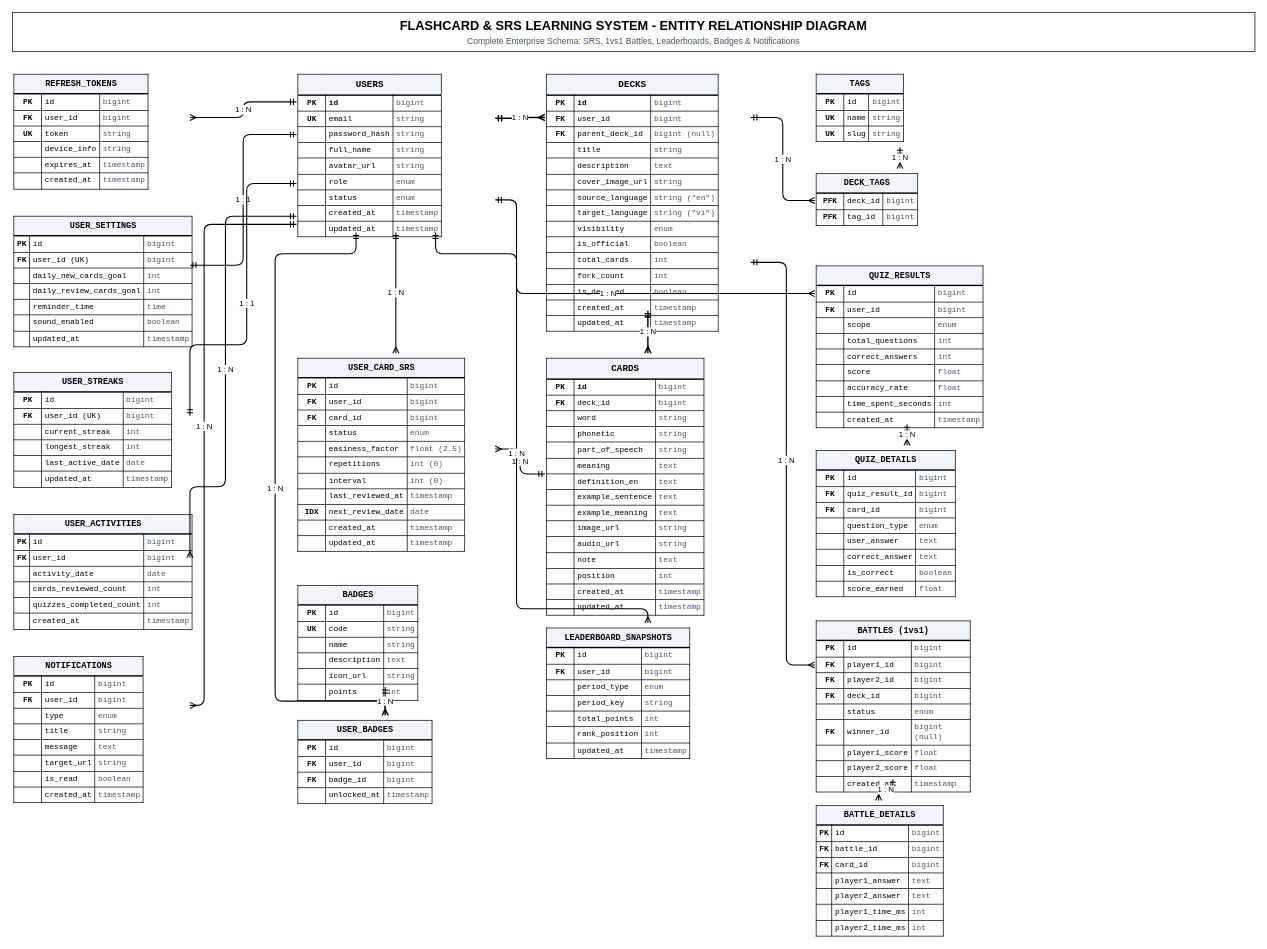
Earlier version of the draw.io diagram docs/erd.drawio (Kobi466/fsoft-project). Source tidied: cells renumbered, new cells numbered last; positions are measured from the earlier drawing's top-left corner, leaving out a move shared by most shapes. Both pictures are drawn from the tidied source at 71%, with x=0, y=0 at pixel (12, 12).
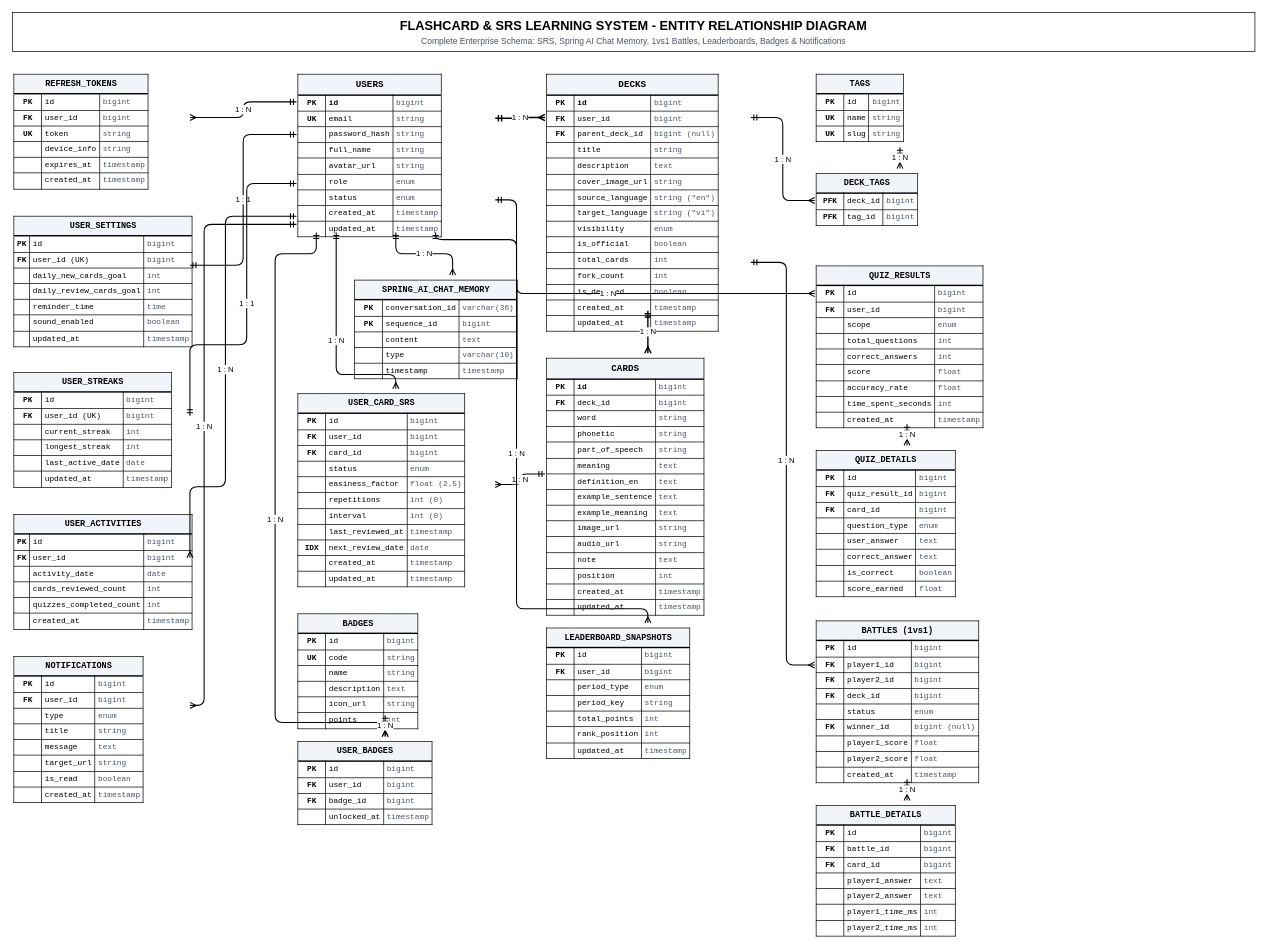
After the change.

Commit message (it also covers changes not shown here):
refactor: improve permission and role services, update security configuration, and enhance ERD documentation

The change refers to these unchanged cells:
```xml
<mxCell id="8" value="&lt;table border=&quot;1&quot; width=&quot;100%&quot; cellpadding=&quot;4&quot; cellspacing=&quot;0&quot; style=&quot;border-collapse:collapse;font-family:Consolas, Monaco, sans-serif;font-size:11px;background-color:#ffffff;color:#000000;border-color:#000000;&quot;&gt;&lt;tr style=&quot;background-color:#f1f5f9;color:#000000;font-weight:bold;text-align:center;&quot;&gt;&lt;td colspan=&quot;3&quot; style=&quot;padding:6px;font-size:13px;border-bottom:2px solid #000000;&quot;&gt;USERS&lt;/td&gt;&lt;/tr&gt;&lt;tr&gt;&lt;td style=&quot;font-weight:bold;width:30px;text-align:center;&quot;&gt;PK&lt;/td&gt;&lt;td&gt;&lt;b&gt;id&lt;/b&gt;&lt;/td&gt;&lt;td style=&quot;color:#475569;&quot;&gt;bigint&lt;/td&gt;&lt;/tr&gt;&lt;tr&gt;&lt;td style=&quot;font-weight:bold;text-align:center;&quot;&gt;UK&lt;/td&gt;&lt;td&gt;email&lt;/td&gt;&lt;td style=&quot;color:#475569;&quot;&gt;string&lt;/td&gt;&lt;/tr&gt;&lt;tr&gt;&lt;td&gt;&lt;/td&gt;&lt;td&gt;password_hash&lt;/td&gt;&lt;td style=&quot;color:#475569;&quot;&gt;string&lt;/td&gt;&lt;/tr&gt;&lt;tr&gt;&lt;td&gt;&lt;/td&gt;&lt;td&gt;full_name&lt;/td&gt;&lt;td style=&quot;color:#475569;&quot;&gt;string&lt;/td&gt;&lt;/tr&gt;&lt;tr&gt;&lt;td&gt;&lt;/td&gt;&lt;td&gt;avatar_url&lt;/td&gt;&lt;td style=&quot;color:#475569;&quot;&gt;string&lt;/td&gt;&lt;/tr&gt;&lt;tr&gt;&lt;td&gt;&lt;/td&gt;&lt;td&gt;role&lt;/td&gt;&lt;td style=&quot;color:#475569;&quot;&gt;enum&lt;/td&gt;&lt;/tr&gt;&lt;tr&gt;&lt;td&gt;&lt;/td&gt;&lt;td&gt;status&lt;/td&gt;&lt;td style=&quot;color:#475569;&quot;&gt;enum&lt;/td&gt;&lt;/tr&gt;&lt;tr&gt;&lt;td&gt;&lt;/td&gt;&lt;td&gt;created_at&lt;/td&gt;&lt;td style=&quot;color:#475569;&quot;&gt;timestamp&lt;/td&gt;&lt;/tr&gt;&lt;tr&gt;&lt;td&gt;&lt;/td&gt;&lt;td&gt;updated_at&lt;/td&gt;&lt;td style=&quot;color:#475569;&quot;&gt;timestamp&lt;/td&gt;&lt;/tr&gt;&lt;/table&gt;" style="text;html=1;strokeColor=none;fillColor=none;align=left;verticalAlign=top;whiteSpace=wrap;rounded=0;" parent="1" vertex="1">
  <mxGeometry x="400" y="80" width="280" height="230" as="geometry" />
</mxCell>
<mxCell id="14" value="&lt;table border=&quot;1&quot; width=&quot;100%&quot; cellpadding=&quot;4&quot; cellspacing=&quot;0&quot; style=&quot;border-collapse:collapse;font-family:Consolas, Monaco, sans-serif;font-size:11px;background-color:#ffffff;color:#000000;border-color:#000000;&quot;&gt;&lt;tr style=&quot;background-color:#f1f5f9;color:#000000;font-weight:bold;text-align:center;&quot;&gt;&lt;td colspan=&quot;3&quot; style=&quot;padding:6px;font-size:12px;border-bottom:2px solid #000000;&quot;&gt;LEADERBOARD_SNAPSHOTS&lt;/td&gt;&lt;/tr&gt;&lt;tr&gt;&lt;td style=&quot;font-weight:bold;width:30px;text-align:center;&quot;&gt;PK&lt;/td&gt;&lt;td&gt;id&lt;/td&gt;&lt;td style=&quot;color:#475569;&quot;&gt;bigint&lt;/td&gt;&lt;/tr&gt;&lt;tr&gt;&lt;td style=&quot;font-weight:bold;text-align:center;&quot;&gt;FK&lt;/td&gt;&lt;td&gt;user_id&lt;/td&gt;&lt;td style=&quot;color:#475569;&quot;&gt;bigint&lt;/td&gt;&lt;/tr&gt;&lt;tr&gt;&lt;td&gt;&lt;/td&gt;&lt;td&gt;period_type&lt;/td&gt;&lt;td style=&quot;color:#475569;&quot;&gt;enum&lt;/td&gt;&lt;/tr&gt;&lt;tr&gt;&lt;td&gt;&lt;/td&gt;&lt;td&gt;period_key&lt;/td&gt;&lt;td style=&quot;color:#475569;&quot;&gt;string&lt;/td&gt;&lt;/tr&gt;&lt;tr&gt;&lt;td&gt;&lt;/td&gt;&lt;td&gt;total_points&lt;/td&gt;&lt;td style=&quot;color:#475569;&quot;&gt;int&lt;/td&gt;&lt;/tr&gt;&lt;tr&gt;&lt;td&gt;&lt;/td&gt;&lt;td&gt;rank_position&lt;/td&gt;&lt;td style=&quot;color:#475569;&quot;&gt;int&lt;/td&gt;&lt;/tr&gt;&lt;tr&gt;&lt;td&gt;&lt;/td&gt;&lt;td&gt;updated_at&lt;/td&gt;&lt;td style=&quot;color:#475569;&quot;&gt;timestamp&lt;/td&gt;&lt;/tr&gt;&lt;/table&gt;" style="text;html=1;strokeColor=none;fillColor=none;align=left;verticalAlign=top;whiteSpace=wrap;rounded=0;" parent="1" vertex="1">
  <mxGeometry x="750" y="860" width="290" height="170" as="geometry" />
</mxCell>
```

Change to the diagram source:
```diff
@@
-    <mxCell id="2" value="&lt;div style=&quot;font-size: 18px; font-weight: bold; color: #000000; text-align: center;&quot;&gt;FLASHCARD &amp;amp; SRS LEARNING SYSTEM - ENTITY RELATIONSHIP DIAGRAM&lt;/div&gt;&lt;div style=&quot;font-size: 12px; color: #475569; text-align: center; margin-top: 4px;&quot;&gt;Complete Enterprise Schema: SRS, 1vs1 Battles, Leaderboards, Badges &amp;amp; Notifications&lt;/div&gt;" style="text;html=1;strokeColor=#000000;fillColor=#ffffff;align=center;verticalAlign=middle;whiteSpace=wrap;rounded=0;shadow=0;" parent="1" vertex="1">
+    <mxCell id="2" value="&lt;div style=&quot;font-size: 18px; font-weight: bold; color: #000000; text-align: center;&quot;&gt;FLASHCARD &amp;amp; SRS LEARNING SYSTEM - ENTITY RELATIONSHIP DIAGRAM&lt;/div&gt;&lt;div style=&quot;font-size: 12px; color: #475569; text-align: center; margin-top: 4px;&quot;&gt;Complete Enterprise Schema: SRS, Spring AI Chat Memory, 1vs1 Battles, Leaderboards, Badges &amp;amp; Notifications&lt;/div&gt;" style="text;html=1;strokeColor=#000000;fillColor=#ffffff;align=center;verticalAlign=middle;whiteSpace=wrap;rounded=0;shadow=0;" parent="1" vertex="1">
       <mxGeometry width="1750" height="55" as="geometry" />
     </mxCell>
@@
+    <mxCell id="39" value="&lt;table border=&quot;1&quot; width=&quot;100%&quot; cellpadding=&quot;4&quot; cellspacing=&quot;0&quot; style=&quot;border-collapse:collapse;font-family:Consolas, Monaco, sans-serif;font-size:11px;background-color:#ffffff;color:#000000;border-color:#000000;&quot;&gt;&lt;tr style=&quot;background-color:#f1f5f9;color:#000000;font-weight:bold;text-align:center;&quot;&gt;&lt;td colspan=&quot;3&quot; style=&quot;padding:6px;font-size:12px;border-bottom:2px solid #000000;&quot;&gt;SPRING_AI_CHAT_MEMORY&lt;/td&gt;&lt;/tr&gt;&lt;tr&gt;&lt;td style=&quot;font-weight:bold;width:30px;text-align:center;&quot;&gt;PK&lt;/td&gt;&lt;td&gt;conversation_id&lt;/td&gt;&lt;td style=&quot;color:#475569;&quot;&gt;varchar(36)&lt;/td&gt;&lt;/tr&gt;&lt;tr&gt;&lt;td style=&quot;font-weight:bold;text-align:center;&quot;&gt;PK&lt;/td&gt;&lt;td&gt;sequence_id&lt;/td&gt;&lt;td style=&quot;color:#475569;&quot;&gt;bigint&lt;/td&gt;&lt;/tr&gt;&lt;tr&gt;&lt;td&gt;&lt;/td&gt;&lt;td&gt;content&lt;/td&gt;&lt;td style=&quot;color:#475569;&quot;&gt;text&lt;/td&gt;&lt;/tr&gt;&lt;tr&gt;&lt;td&gt;&lt;/td&gt;&lt;td&gt;type&lt;/td&gt;&lt;td style=&quot;color:#475569;&quot;&gt;varchar(10)&lt;/td&gt;&lt;/tr&gt;&lt;tr&gt;&lt;td&gt;&lt;/td&gt;&lt;td&gt;timestamp&lt;/td&gt;&lt;td style=&quot;color:#475569;&quot;&gt;timestamp&lt;/td&gt;&lt;/tr&gt;&lt;/table&gt;" style="text;html=1;strokeColor=none;fillColor=none;align=left;verticalAlign=top;whiteSpace=wrap;rounded=0;" parent="1" vertex="1">
+      <mxGeometry x="480" y="370" width="280" height="150" as="geometry" />
+    </mxCell>
     <mxCell id="9" value="&lt;table border=&quot;1&quot; width=&quot;100%&quot; cellpadding=&quot;4&quot; cellspacing=&quot;0&quot; style=&quot;border-collapse:collapse;font-family:Consolas, Monaco, sans-serif;font-size:11px;background-color:#ffffff;color:#000000;border-color:#000000;&quot;&gt;&lt;tr style=&quot;background-color:#f1f5f9;color:#000000;font-weight:bold;text-align:center;&quot;&gt;&lt;td colspan=&quot;3&quot; style=&quot;padding:6px;font-size:12px;border-bottom:2px solid #000000;&quot;&gt;USER_CARD_SRS&lt;/td&gt;&lt;/tr&gt;&lt;tr&gt;&lt;td style=&quot;font-weight:bold;width:30px;text-align:center;&quot;&gt;PK&lt;/td&gt;&lt;td&gt;id&lt;/td&gt;&lt;td style=&quot;color:#475569;&quot;&gt;bigint&lt;/td&gt;&lt;/tr&gt;&lt;tr&gt;&lt;td style=&quot;font-weight:bold;text-align:center;&quot;&gt;FK&lt;/td&gt;&lt;td&gt;user_id&lt;/td&gt;&lt;td style=&quot;color:#475569;&quot;&gt;bigint&lt;/td&gt;&lt;/tr&gt;&lt;tr&gt;&lt;td style=&quot;font-weight:bold;text-align:center;&quot;&gt;FK&lt;/td&gt;&lt;td&gt;card_id&lt;/td&gt;&lt;td style=&quot;color:#475569;&quot;&gt;bigint&lt;/td&gt;&lt;/tr&gt;&lt;tr&gt;&lt;td&gt;&lt;/td&gt;&lt;td&gt;status&lt;/td&gt;&lt;td style=&quot;color:#475569;&quot;&gt;enum&lt;/td&gt;&lt;/tr&gt;&lt;tr&gt;&lt;td&gt;&lt;/td&gt;&lt;td&gt;easiness_factor&lt;/td&gt;&lt;td style=&quot;color:#475569;&quot;&gt;float (2.5)&lt;/td&gt;&lt;/tr&gt;&lt;tr&gt;&lt;td&gt;&lt;/td&gt;&lt;td&gt;repetitions&lt;/td&gt;&lt;td style=&quot;color:#475569;&quot;&gt;int (0)&lt;/td&gt;&lt;/tr&gt;&lt;tr&gt;&lt;td&gt;&lt;/td&gt;&lt;td&gt;interval&lt;/td&gt;&lt;td style=&quot;color:#475569;&quot;&gt;int (0)&lt;/td&gt;&lt;/tr&gt;&lt;tr&gt;&lt;td&gt;&lt;/td&gt;&lt;td&gt;last_reviewed_at&lt;/td&gt;&lt;td style=&quot;color:#475569;&quot;&gt;timestamp&lt;/td&gt;&lt;/tr&gt;&lt;tr&gt;&lt;td style=&quot;font-weight:bold;text-align:center;&quot;&gt;IDX&lt;/td&gt;&lt;td&gt;next_review_date&lt;/td&gt;&lt;td style=&quot;color:#475569;&quot;&gt;date&lt;/td&gt;&lt;/tr&gt;&lt;tr&gt;&lt;td&gt;&lt;/td&gt;&lt;td&gt;created_at&lt;/td&gt;&lt;td style=&quot;color:#475569;&quot;&gt;timestamp&lt;/td&gt;&lt;/tr&gt;&lt;tr&gt;&lt;td&gt;&lt;/td&gt;&lt;td&gt;updated_at&lt;/td&gt;&lt;td style=&quot;color:#475569;&quot;&gt;timestamp&lt;/td&gt;&lt;/tr&gt;&lt;/table&gt;" style="text;html=1;strokeColor=none;fillColor=none;align=left;verticalAlign=top;whiteSpace=wrap;rounded=0;" parent="1" vertex="1">
-      <mxGeometry x="400" y="480" width="280" height="270" as="geometry" />
+      <mxGeometry x="400" y="530" width="280" height="270" as="geometry" />
     </mxCell>
     <mxCell id="10" value="&lt;table border=&quot;1&quot; width=&quot;100%&quot; cellpadding=&quot;4&quot; cellspacing=&quot;0&quot; style=&quot;border-collapse:collapse;font-family:Consolas, Monaco, sans-serif;font-size:11px;background-color:#ffffff;color:#000000;border-color:#000000;&quot;&gt;&lt;tr style=&quot;background-color:#f1f5f9;color:#000000;font-weight:bold;text-align:center;&quot;&gt;&lt;td colspan=&quot;3&quot; style=&quot;padding:6px;font-size:12px;border-bottom:2px solid #000000;&quot;&gt;BADGES&lt;/td&gt;&lt;/tr&gt;&lt;tr&gt;&lt;td style=&quot;font-weight:bold;width:30px;text-align:center;&quot;&gt;PK&lt;/td&gt;&lt;td&gt;id&lt;/td&gt;&lt;td style=&quot;color:#475569;&quot;&gt;bigint&lt;/td&gt;&lt;/tr&gt;&lt;tr&gt;&lt;td style=&quot;font-weight:bold;text-align:center;&quot;&gt;UK&lt;/td&gt;&lt;td&gt;code&lt;/td&gt;&lt;td style=&quot;color:#475569;&quot;&gt;string&lt;/td&gt;&lt;/tr&gt;&lt;tr&gt;&lt;td&gt;&lt;/td&gt;&lt;td&gt;name&lt;/td&gt;&lt;td style=&quot;color:#475569;&quot;&gt;string&lt;/td&gt;&lt;/tr&gt;&lt;tr&gt;&lt;td&gt;&lt;/td&gt;&lt;td&gt;description&lt;/td&gt;&lt;td style=&quot;color:#475569;&quot;&gt;text&lt;/td&gt;&lt;/tr&gt;&lt;tr&gt;&lt;td&gt;&lt;/td&gt;&lt;td&gt;icon_url&lt;/td&gt;&lt;td style=&quot;color:#475569;&quot;&gt;string&lt;/td&gt;&lt;/tr&gt;&lt;tr&gt;&lt;td&gt;&lt;/td&gt;&lt;td&gt;points&lt;/td&gt;&lt;td style=&quot;color:#475569;&quot;&gt;int&lt;/td&gt;&lt;/tr&gt;&lt;/table&gt;" style="text;html=1;strokeColor=none;fillColor=none;align=left;verticalAlign=top;whiteSpace=wrap;rounded=0;" parent="1" vertex="1">
-      <mxGeometry x="400" y="800" width="250" height="150" as="geometry" />
+      <mxGeometry x="400" y="840" width="250" height="150" as="geometry" />
     </mxCell>
     <mxCell id="11" value="&lt;table border=&quot;1&quot; width=&quot;100%&quot; cellpadding=&quot;4&quot; cellspacing=&quot;0&quot; style=&quot;border-collapse:collapse;font-family:Consolas, Monaco, sans-serif;font-size:11px;background-color:#ffffff;color:#000000;border-color:#000000;&quot;&gt;&lt;tr style=&quot;background-color:#f1f5f9;color:#000000;font-weight:bold;text-align:center;&quot;&gt;&lt;td colspan=&quot;3&quot; style=&quot;padding:6px;font-size:12px;border-bottom:2px solid #000000;&quot;&gt;USER_BADGES&lt;/td&gt;&lt;/tr&gt;&lt;tr&gt;&lt;td style=&quot;font-weight:bold;width:30px;text-align:center;&quot;&gt;PK&lt;/td&gt;&lt;td&gt;id&lt;/td&gt;&lt;td style=&quot;color:#475569;&quot;&gt;bigint&lt;/td&gt;&lt;/tr&gt;&lt;tr&gt;&lt;td style=&quot;font-weight:bold;text-align:center;&quot;&gt;FK&lt;/td&gt;&lt;td&gt;user_id&lt;/td&gt;&lt;td style=&quot;color:#475569;&quot;&gt;bigint&lt;/td&gt;&lt;/tr&gt;&lt;tr&gt;&lt;td style=&quot;font-weight:bold;text-align:center;&quot;&gt;FK&lt;/td&gt;&lt;td&gt;badge_id&lt;/td&gt;&lt;td style=&quot;color:#475569;&quot;&gt;bigint&lt;/td&gt;&lt;/tr&gt;&lt;tr&gt;&lt;td&gt;&lt;/td&gt;&lt;td&gt;unlocked_at&lt;/td&gt;&lt;td style=&quot;color:#475569;&quot;&gt;timestamp&lt;/td&gt;&lt;/tr&gt;&lt;/table&gt;" style="text;html=1;strokeColor=none;fillColor=none;align=left;verticalAlign=top;whiteSpace=wrap;rounded=0;" parent="1" vertex="1">
-      <mxGeometry x="400" y="990" width="250" height="110" as="geometry" />
+      <mxGeometry x="400" y="1020" width="250" height="110" as="geometry" />
     </mxCell>
@@
     <mxCell id="19" value="&lt;table border=&quot;1&quot; width=&quot;100%&quot; cellpadding=&quot;4&quot; cellspacing=&quot;0&quot; style=&quot;border-collapse:collapse;font-family:Consolas, Monaco, sans-serif;font-size:11px;background-color:#ffffff;color:#000000;border-color:#000000;&quot;&gt;&lt;tr style=&quot;background-color:#f1f5f9;color:#000000;font-weight:bold;text-align:center;&quot;&gt;&lt;td colspan=&quot;3&quot; style=&quot;padding:6px;font-size:12px;border-bottom:2px solid #000000;&quot;&gt;BATTLES (1vs1)&lt;/td&gt;&lt;/tr&gt;&lt;tr&gt;&lt;td style=&quot;font-weight:bold;width:30px;text-align:center;&quot;&gt;PK&lt;/td&gt;&lt;td&gt;id&lt;/td&gt;&lt;td style=&quot;color:#475569;&quot;&gt;bigint&lt;/td&gt;&lt;/tr&gt;&lt;tr&gt;&lt;td style=&quot;font-weight:bold;text-align:center;&quot;&gt;FK&lt;/td&gt;&lt;td&gt;player1_id&lt;/td&gt;&lt;td style=&quot;color:#475569;&quot;&gt;bigint&lt;/td&gt;&lt;/tr&gt;&lt;tr&gt;&lt;td style=&quot;font-weight:bold;text-align:center;&quot;&gt;FK&lt;/td&gt;&lt;td&gt;player2_id&lt;/td&gt;&lt;td style=&quot;color:#475569;&quot;&gt;bigint&lt;/td&gt;&lt;/tr&gt;&lt;tr&gt;&lt;td style=&quot;font-weight:bold;text-align:center;&quot;&gt;FK&lt;/td&gt;&lt;td&gt;deck_id&lt;/td&gt;&lt;td style=&quot;color:#475569;&quot;&gt;bigint&lt;/td&gt;&lt;/tr&gt;&lt;tr&gt;&lt;td&gt;&lt;/td&gt;&lt;td&gt;status&lt;/td&gt;&lt;td style=&quot;color:#475569;&quot;&gt;enum&lt;/td&gt;&lt;/tr&gt;&lt;tr&gt;&lt;td style=&quot;font-weight:bold;text-align:center;&quot;&gt;FK&lt;/td&gt;&lt;td&gt;winner_id&lt;/td&gt;&lt;td style=&quot;color:#475569;&quot;&gt;bigint (null)&lt;/td&gt;&lt;/tr&gt;&lt;tr&gt;&lt;td&gt;&lt;/td&gt;&lt;td&gt;player1_score&lt;/td&gt;&lt;td style=&quot;color:#475569;&quot;&gt;float&lt;/td&gt;&lt;/tr&gt;&lt;tr&gt;&lt;td&gt;&lt;/td&gt;&lt;td&gt;player2_score&lt;/td&gt;&lt;td style=&quot;color:#475569;&quot;&gt;float&lt;/td&gt;&lt;/tr&gt;&lt;tr&gt;&lt;td&gt;&lt;/td&gt;&lt;td&gt;created_at&lt;/td&gt;&lt;td style=&quot;color:#475569;&quot;&gt;timestamp&lt;/td&gt;&lt;/tr&gt;&lt;/table&gt;" style="text;html=1;strokeColor=none;fillColor=none;align=left;verticalAlign=top;whiteSpace=wrap;rounded=0;" parent="1" vertex="1">
-      <mxGeometry x="1130" y="850" width="220" height="230" as="geometry" />
+      <mxGeometry x="1130" y="850" width="260" height="230" as="geometry" />
     </mxCell>
     <mxCell id="20" value="&lt;table border=&quot;1&quot; width=&quot;100%&quot; cellpadding=&quot;4&quot; cellspacing=&quot;0&quot; style=&quot;border-collapse:collapse;font-family:Consolas, Monaco, sans-serif;font-size:11px;background-color:#ffffff;color:#000000;border-color:#000000;&quot;&gt;&lt;tr style=&quot;background-color:#f1f5f9;color:#000000;font-weight:bold;text-align:center;&quot;&gt;&lt;td colspan=&quot;3&quot; style=&quot;padding:6px;font-size:12px;border-bottom:2px solid #000000;&quot;&gt;BATTLE_DETAILS&lt;/td&gt;&lt;/tr&gt;&lt;tr&gt;&lt;td style=&quot;font-weight:bold;width:30px;text-align:center;&quot;&gt;PK&lt;/td&gt;&lt;td&gt;id&lt;/td&gt;&lt;td style=&quot;color:#475569;&quot;&gt;bigint&lt;/td&gt;&lt;/tr&gt;&lt;tr&gt;&lt;td style=&quot;font-weight:bold;text-align:center;&quot;&gt;FK&lt;/td&gt;&lt;td&gt;battle_id&lt;/td&gt;&lt;td style=&quot;color:#475569;&quot;&gt;bigint&lt;/td&gt;&lt;/tr&gt;&lt;tr&gt;&lt;td style=&quot;font-weight:bold;text-align:center;&quot;&gt;FK&lt;/td&gt;&lt;td&gt;card_id&lt;/td&gt;&lt;td style=&quot;color:#475569;&quot;&gt;bigint&lt;/td&gt;&lt;/tr&gt;&lt;tr&gt;&lt;td&gt;&lt;/td&gt;&lt;td&gt;player1_answer&lt;/td&gt;&lt;td style=&quot;color:#475569;&quot;&gt;text&lt;/td&gt;&lt;/tr&gt;&lt;tr&gt;&lt;td&gt;&lt;/td&gt;&lt;td&gt;player2_answer&lt;/td&gt;&lt;td style=&quot;color:#475569;&quot;&gt;text&lt;/td&gt;&lt;/tr&gt;&lt;tr&gt;&lt;td&gt;&lt;/td&gt;&lt;td&gt;player1_time_ms&lt;/td&gt;&lt;td style=&quot;color:#475569;&quot;&gt;int&lt;/td&gt;&lt;/tr&gt;&lt;tr&gt;&lt;td&gt;&lt;/td&gt;&lt;td&gt;player2_time_ms&lt;/td&gt;&lt;td style=&quot;color:#475569;&quot;&gt;int&lt;/td&gt;&lt;/tr&gt;&lt;/table&gt;" style="text;html=1;strokeColor=none;fillColor=none;align=left;verticalAlign=top;whiteSpace=wrap;rounded=0;" parent="1" vertex="1">
-      <mxGeometry x="1130" y="1110" width="180" height="180" as="geometry" />
+      <mxGeometry x="1130" y="1110" width="260" height="180" as="geometry" />
     </mxCell>
+    <mxCell id="40" value="1 : N" style="edgeStyle=orthogonalEdgeStyle;html=1;fontSize=11;startArrow=ERmandOne;endArrow=ERmany;strokeColor=#000000;strokeWidth=1.5;exitX=0.5;exitY=1;entryX=0.5;entryY=0;" parent="1" edge="1" source="8" target="39">
+      <mxGeometry relative="1" as="geometry" />
+    </mxCell>
@@
-    <mxCell id="28" value="1 : N" style="edgeStyle=orthogonalEdgeStyle;html=1;fontSize=11;startArrow=ERmandOne;endArrow=ERmany;strokeColor=#000000;strokeWidth=1.5;exitX=0.5;exitY=1;entryX=0.5;entryY=0;" parent="1" edge="1" source="8" target="9">
-      <mxGeometry relative="1" as="geometry" />
+    <mxCell id="28" value="1 : N" style="edgeStyle=orthogonalEdgeStyle;html=1;fontSize=11;startArrow=ERmandOne;endArrow=ERmany;strokeColor=#000000;strokeWidth=1.5;exitX=0.2;exitY=1;entryX=0.5;entryY=0;" parent="1" edge="1" source="8" target="9">
+      <mxGeometry relative="1" as="geometry">
+        <Array as="points">
+          <mxPoint x="456" y="510" />
+          <mxPoint x="540" y="510" />
+        </Array>
+      </mxGeometry>
     </mxCell>
@@
-    <mxCell id="34" value="1 : N" style="edgeStyle=orthogonalEdgeStyle;html=1;fontSize=11;startArrow=ERmandOne;endArrow=ERmany;strokeColor=#000000;strokeWidth=1.5;exitX=0.3;exitY=1;entryX=0.5;entryY=0;" parent="1" edge="1" source="8" target="11">
+    <mxCell id="34" value="1 : N" style="edgeStyle=orthogonalEdgeStyle;html=1;fontSize=11;startArrow=ERmandOne;endArrow=ERmany;strokeColor=#000000;strokeWidth=1.5;exitX=0.1;exitY=1;entryX=0.5;entryY=0;" parent="1" edge="1" source="8" target="11">
       <mxGeometry relative="1" as="geometry">
         <Array as="points">
-          <mxPoint x="484" y="340" />
+          <mxPoint x="428" y="340" />
           <mxPoint x="370" y="340" />
-          <mxPoint x="370" y="970" />
-          <mxPoint x="525" y="970" />
+          <mxPoint x="370" y="1000" />
+          <mxPoint x="525" y="1000" />
         </Array>
       </mxGeometry>
     </mxCell>
@@
     <mxCell id="36" value="1 : N" style="edgeStyle=orthogonalEdgeStyle;html=1;fontSize=11;startArrow=ERmandOne;endArrow=ERmany;strokeColor=#000000;strokeWidth=1.5;exitX=0.7;exitY=1;entryX=0.5;entryY=0;" parent="1" edge="1" source="8" target="14">
       <mxGeometry relative="1" as="geometry">
         <Array as="points">
-          <mxPoint x="596" y="340" />
-          <mxPoint x="710" y="340" />
+          <mxPoint x="596" y="320" />
+          <mxPoint x="710" y="320" />
           <mxPoint x="710" y="840" />
           <mxPoint x="895" y="840" />
         </Array>
       </mxGeometry>
     </mxCell>
```
